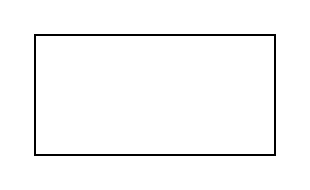
This is app_design/version_1/voca_block_design.drawio from Jiy-park/voca_block, a draw.io file, before an edit. Source tidied: cells renumbered, new cells numbered last; positions are measured from the earlier drawing's top-left corner, leaving out a move shared by most shapes. Both pictures are drawn from the tidied source at 200%, with x=0, y=0 at pixel (34, 34).
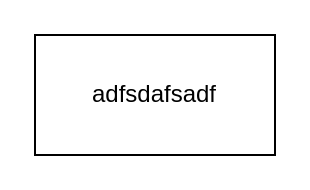
The same page after the edit.

Change to the diagram source:
```diff
@@
 <mxGraphModel>
   <root>
     <mxCell id="0" />
     <mxCell id="1" parent="0" />
-    <mxCell id="2" style="rounded=0;whiteSpace=wrap;html=1;" parent="1" vertex="1">
+    <mxCell id="2" value="adfsdafsadf" style="rounded=0;whiteSpace=wrap;html=1;" parent="1" vertex="1">
       <mxGeometry width="120" height="60" as="geometry" />
     </mxCell>
   </root>
 </mxGraphModel>
```
